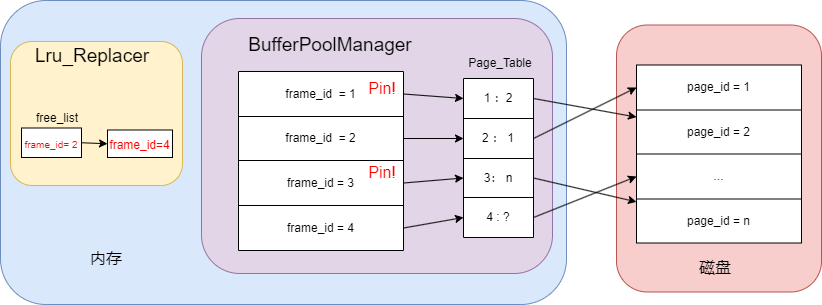
SixPlusAndTimes/drawio keeps this draw.io diagram as CMU15445/buffer_pool_manager.png. Above is the earlier version. Source tidied: cells renumbered, new cells last; positions are measured from the earlier drawing's top-left corner, leaving out a move shared by most shapes.
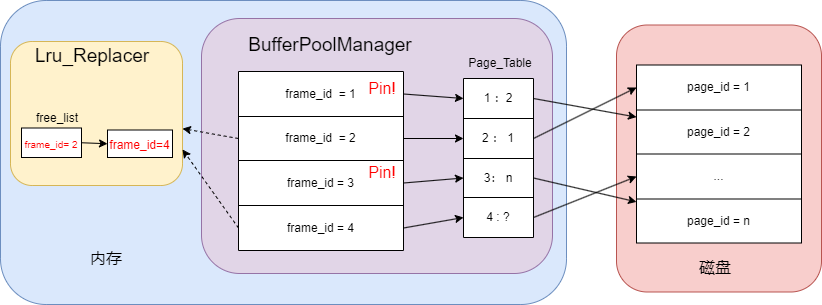
Later version of the same file.

The edit, as a diff of the source:
```diff
@@ -152,5 +152,11 @@
     <mxCell id="51" style="edgeStyle=none;rounded=0;jettySize=auto;html=1;exitX=1;exitY=0.5;exitDx=0;exitDy=0;fontSize=10;fontColor=#FF0000;entryX=0;entryY=0.5;entryDx=0;entryDy=0;" parent="1" edge="1" source="34" target="13">
       <mxGeometry relative="1" as="geometry" />
     </mxCell>
+    <mxCell id="52" style="edgeStyle=none;rounded=0;jettySize=auto;html=1;exitX=0;exitY=0.5;exitDx=0;exitDy=0;fontSize=10;fontColor=#FF0000;dashed=1;" parent="1" edge="1" source="21" target="3">
+      <mxGeometry relative="1" as="geometry" />
+    </mxCell>
+    <mxCell id="53" style="edgeStyle=none;rounded=0;jettySize=auto;html=1;exitX=0;exitY=0.5;exitDx=0;exitDy=0;entryX=1;entryY=0.75;entryDx=0;entryDy=0;dashed=1;fontSize=10;fontColor=#FF0000;" parent="1" edge="1" source="25" target="3">
+      <mxGeometry relative="1" as="geometry" />
+    </mxCell>
   </root>
 </mxGraphModel>
```
